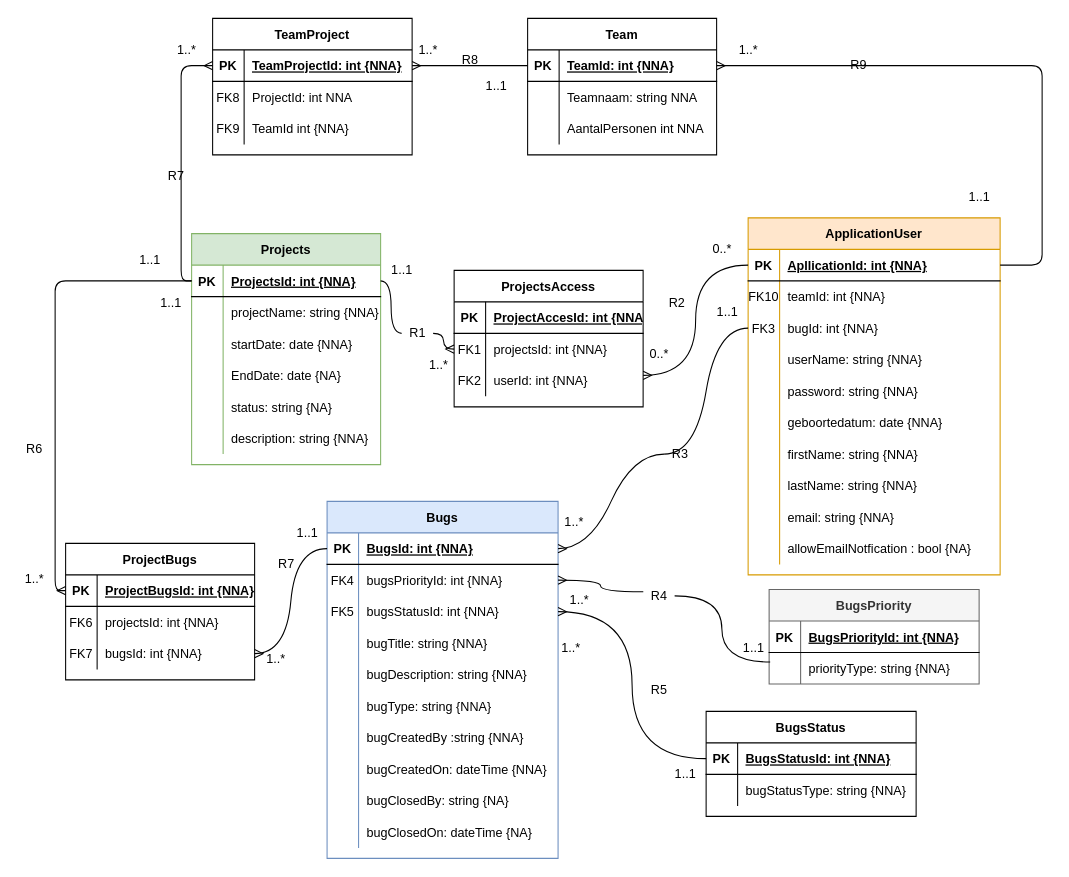
Before: ErdBugProject.drawio in JorisDeRidder42/Project_BugTracker, a draw.io diagram. Source tidied: cells renumbered, new cells numbered last; positions are measured from the earlier drawing's top-left corner, leaving out a move shared by most shapes. Both pictures are drawn from the tidied source at 105%, with x=0, y=0 at pixel (18, 18).
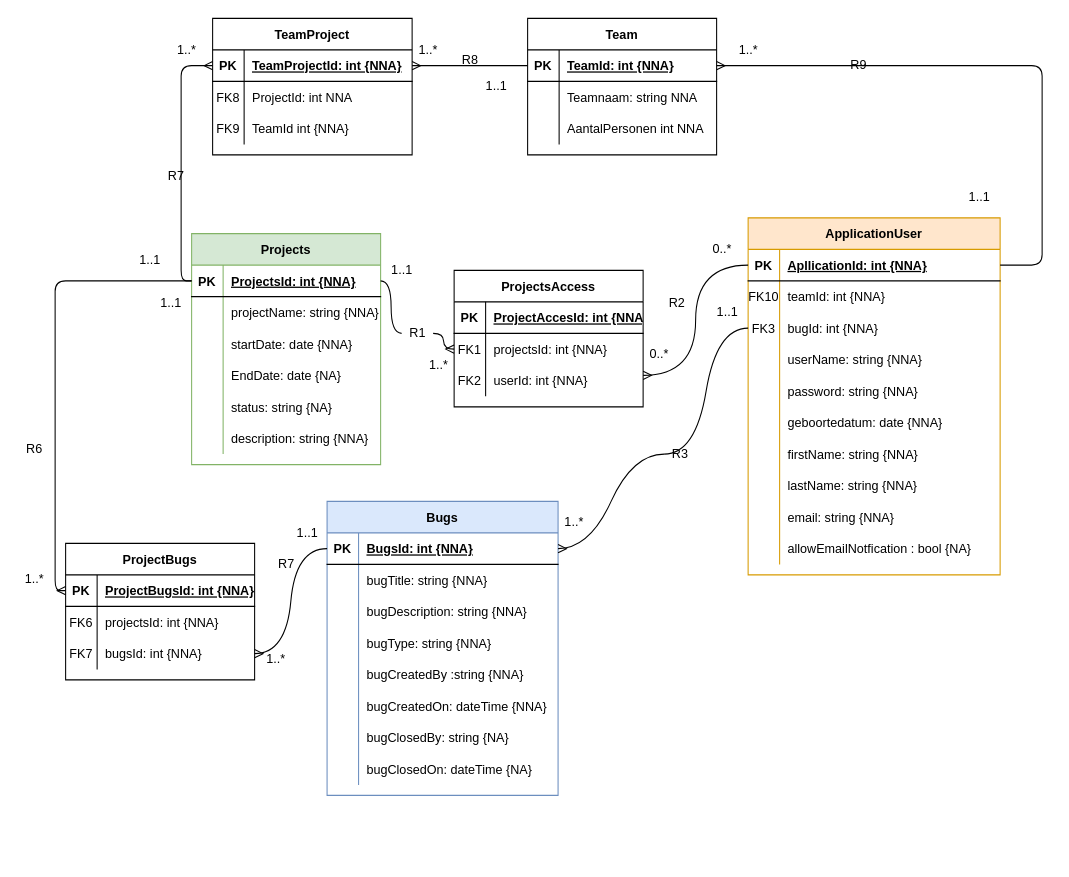
Above is the later version.

What changed in the source:
```diff
@@
     <mxCell id="2" value="Bugs" style="shape=table;startSize=30;childLayout=tableLayout;rowLines=0;fontStyle=1;align=center;fillColor=#dae8fc;strokeColor=#6c8ebf;" parent="1" vertex="1">
-      <mxGeometry x="294" y="460" width="220" height="340" as="geometry" />
+      <mxGeometry x="294" y="460" width="220" height="280" as="geometry" />
     </mxCell>
@@
-    <mxCell id="6" style="shape=partialRectangle;fillColor=none;top=0;left=0;bottom=0;right=0;points=[[0,0.5],[1,0.5]];portConstraint=eastwest;" parent="2" vertex="1">
-      <mxGeometry y="60" width="220" height="30" as="geometry" />
-    </mxCell>
-    <mxCell id="7" value="FK4" style="shape=partialRectangle;fillColor=none;top=0;left=0;bottom=0;right=0;fontStyle=0;overflow=hidden;" parent="6" vertex="1">
-      <mxGeometry width="30" height="30" as="geometry" />
-    </mxCell>
-    <mxCell id="8" value="bugsPriorityId: int {NNA}" style="shape=partialRectangle;fillColor=none;top=0;left=0;bottom=0;right=0;align=left;spacingLeft=6;fontStyle=0;overflow=hidden;" parent="6" vertex="1">
-      <mxGeometry x="30" width="190" height="30" as="geometry" />
-    </mxCell>
-    <mxCell id="9" style="shape=partialRectangle;fillColor=none;top=0;left=0;bottom=0;right=0;points=[[0,0.5],[1,0.5]];portConstraint=eastwest;" parent="2" vertex="1">
-      <mxGeometry y="90" width="220" height="30" as="geometry" />
-    </mxCell>
-    <mxCell id="10" value="FK5" style="shape=partialRectangle;fillColor=none;top=0;left=0;bottom=0;right=0;fontStyle=0;overflow=hidden;" parent="9" vertex="1">
-      <mxGeometry width="30" height="30" as="geometry" />
-    </mxCell>
-    <mxCell id="11" value="bugsStatusId: int {NNA}" style="shape=partialRectangle;fillColor=none;top=0;left=0;bottom=0;right=0;align=left;spacingLeft=6;fontStyle=0;overflow=hidden;" parent="9" vertex="1">
-      <mxGeometry x="30" width="190" height="30" as="geometry" />
-    </mxCell>
     <mxCell id="12" style="shape=partialRectangle;fillColor=none;top=0;left=0;bottom=0;right=0;" parent="2" vertex="1">
-      <mxGeometry y="120" width="220" height="30" as="geometry" />
+      <mxGeometry y="60" width="220" height="30" as="geometry" />
     </mxCell>
@@
     <mxCell id="15" style="shape=partialRectangle;fillColor=none;top=0;left=0;bottom=0;right=0;" parent="2" vertex="1">
-      <mxGeometry y="150" width="220" height="30" as="geometry" />
+      <mxGeometry y="90" width="220" height="30" as="geometry" />
     </mxCell>
@@
     <mxCell id="18" style="shape=partialRectangle;fillColor=none;top=0;left=0;bottom=0;right=0;" parent="2" vertex="1">
-      <mxGeometry y="180" width="220" height="30" as="geometry" />
+      <mxGeometry y="120" width="220" height="30" as="geometry" />
     </mxCell>
@@
     <mxCell id="21" style="shape=partialRectangle;fillColor=none;top=0;left=0;bottom=0;right=0;" parent="2" vertex="1">
-      <mxGeometry y="210" width="220" height="30" as="geometry" />
+      <mxGeometry y="150" width="220" height="30" as="geometry" />
     </mxCell>
@@
     <mxCell id="24" style="shape=partialRectangle;fillColor=none;top=0;left=0;bottom=0;right=0;" parent="2" vertex="1">
-      <mxGeometry y="240" width="220" height="30" as="geometry" />
+      <mxGeometry y="180" width="220" height="30" as="geometry" />
     </mxCell>
@@
     <mxCell id="27" style="shape=partialRectangle;fillColor=none;top=0;left=0;bottom=0;right=0;" parent="2" vertex="1">
-      <mxGeometry y="270" width="220" height="30" as="geometry" />
+      <mxGeometry y="210" width="220" height="30" as="geometry" />
     </mxCell>
@@
     <mxCell id="30" style="shape=partialRectangle;fillColor=none;top=0;left=0;bottom=0;right=0;" parent="2" vertex="1">
-      <mxGeometry y="300" width="220" height="30" as="geometry" />
+      <mxGeometry y="240" width="220" height="30" as="geometry" />
     </mxCell>
@@
-    <mxCell id="33" value="BugsPriority" style="shape=table;startSize=30;childLayout=tableLayout;rowLines=0;fontStyle=1;align=center;fillColor=#f5f5f5;fontColor=#333333;strokeColor=#666666;" parent="1" vertex="1">
-      <mxGeometry x="715" y="544" width="200" height="90" as="geometry" />
-    </mxCell>
-    <mxCell id="34" style="shape=partialRectangle;fillColor=none;top=0;left=0;bottom=1;right=0;" parent="33" vertex="1">
-      <mxGeometry y="30" width="200" height="30" as="geometry" />
-    </mxCell>
-    <mxCell id="35" value="PK" style="shape=partialRectangle;fillColor=none;top=0;left=0;bottom=0;right=0;fontStyle=1;overflow=hidden;" parent="34" vertex="1">
-      <mxGeometry width="30" height="30" as="geometry" />
-    </mxCell>
-    <mxCell id="36" value="BugsPriorityId: int {NNA}" style="shape=partialRectangle;fillColor=none;top=0;left=0;bottom=0;right=0;align=left;spacingLeft=6;fontStyle=5;overflow=hidden;" parent="34" vertex="1">
-      <mxGeometry x="30" width="170" height="30" as="geometry" />
-    </mxCell>
-    <mxCell id="37" style="shape=partialRectangle;fillColor=none;top=0;left=0;bottom=0;right=0;points=[[0,0.5],[1,0.5]];portConstraint=eastwest;" parent="33" vertex="1">
-      <mxGeometry y="60" width="200" height="30" as="geometry" />
-    </mxCell>
-    <mxCell id="38" style="shape=partialRectangle;fillColor=none;top=0;left=0;bottom=0;right=0;overflow=hidden;" parent="37" vertex="1">
-      <mxGeometry width="30" height="30" as="geometry" />
-    </mxCell>
-    <mxCell id="39" value="priorityType: string {NNA}" style="shape=partialRectangle;fillColor=none;top=0;left=0;bottom=0;right=0;align=left;spacingLeft=6;overflow=hidden;" parent="37" vertex="1">
-      <mxGeometry x="30" width="170" height="30" as="geometry" />
-    </mxCell>
@@
-    <mxCell id="90" value="BugsStatus" style="shape=table;startSize=30;childLayout=tableLayout;rowLines=0;fontStyle=1;align=center;" parent="1" vertex="1">
-      <mxGeometry x="655" y="660" width="200" height="100" as="geometry" />
-    </mxCell>
-    <mxCell id="91" style="shape=partialRectangle;fillColor=none;top=0;left=0;bottom=1;right=0;points=[[0,0.5],[1,0.5]];portConstraint=eastwest;" parent="90" vertex="1">
-      <mxGeometry y="30" width="200" height="30" as="geometry" />
-    </mxCell>
-    <mxCell id="92" value="PK" style="shape=partialRectangle;fillColor=none;top=0;left=0;bottom=0;right=0;fontStyle=1;overflow=hidden;" parent="91" vertex="1">
-      <mxGeometry width="30" height="30" as="geometry" />
-    </mxCell>
-    <mxCell id="93" value="BugsStatusId: int {NNA}" style="shape=partialRectangle;fillColor=none;top=0;left=0;bottom=0;right=0;align=left;spacingLeft=6;fontStyle=5;overflow=hidden;" parent="91" vertex="1">
-      <mxGeometry x="30" width="170" height="30" as="geometry" />
-    </mxCell>
-    <mxCell id="94" style="shape=partialRectangle;fillColor=none;top=0;left=0;bottom=0;right=0;" parent="90" vertex="1">
-      <mxGeometry y="60" width="200" height="30" as="geometry" />
-    </mxCell>
-    <mxCell id="95" style="shape=partialRectangle;fillColor=none;top=0;left=0;bottom=0;right=0;overflow=hidden;" parent="94" vertex="1">
-      <mxGeometry width="30" height="30" as="geometry" />
-    </mxCell>
-    <mxCell id="96" value="bugStatusType: string {NNA}" style="shape=partialRectangle;fillColor=none;top=0;left=0;bottom=0;right=0;align=left;spacingLeft=6;overflow=hidden;" parent="94" vertex="1">
-      <mxGeometry x="30" width="170" height="30" as="geometry" />
-    </mxCell>
@@
-    <mxCell id="109" style="fontSize=12;html=1;endArrow=ERmany;rounded=0;entryX=1;entryY=0.5;entryDx=0;entryDy=0;exitX=0.005;exitY=0.3;exitDx=0;exitDy=0;exitPerimeter=0;edgeStyle=orthogonalEdgeStyle;curved=1;startArrow=none;" parent="1" edge="1" source="125" target="6">
-      <mxGeometry relative="1" as="geometry" />
-    </mxCell>
@@
-    <mxCell id="119" value="1..*" style="text;html=1;align=center;verticalAlign=middle;strokeColor=none;fillColor=none;" parent="1" vertex="1">
-      <mxGeometry x="519" y="544" width="30" height="20" as="geometry" />
-    </mxCell>
-    <mxCell id="120" value="1..*" style="text;html=1;align=center;verticalAlign=middle;strokeColor=none;fillColor=none;" parent="1" vertex="1">
-      <mxGeometry x="511" y="590" width="30" height="20" as="geometry" />
-    </mxCell>
-    <mxCell id="121" value="1..1" style="text;html=1;align=center;verticalAlign=middle;strokeColor=none;fillColor=none;" parent="1" vertex="1">
-      <mxGeometry x="680" y="590" width="40" height="20" as="geometry" />
-    </mxCell>
-    <mxCell id="122" value="1..1" style="text;html=1;align=center;verticalAlign=middle;strokeColor=none;fillColor=none;" parent="1" vertex="1">
-      <mxGeometry x="615" y="710" width="40" height="20" as="geometry" />
-    </mxCell>
@@
-    <mxCell id="124" value="R5" style="text;html=1;align=center;verticalAlign=middle;strokeColor=none;fillColor=none;" parent="1" vertex="1">
-      <mxGeometry x="595" y="630" width="30" height="20" as="geometry" />
-    </mxCell>
-    <mxCell id="125" value="R4" style="text;html=1;align=center;verticalAlign=middle;points=[];strokeColor=none;fillColor=none;" parent="1" vertex="1">
-      <mxGeometry x="595" y="540" width="30" height="20" as="geometry" />
-    </mxCell>
-    <mxCell id="126" style="fontSize=12;html=1;endArrow=none;rounded=0;entryX=1;entryY=0.5;entryDx=0;entryDy=0;exitX=0.005;exitY=0.3;exitDx=0;exitDy=0;exitPerimeter=0;edgeStyle=orthogonalEdgeStyle;curved=1;" parent="1" edge="1" source="37" target="125">
-      <mxGeometry relative="1" as="geometry" />
-    </mxCell>
@@
-    <mxCell id="129" style="edgeStyle=orthogonalEdgeStyle;fontSize=12;html=1;endArrow=ERmany;rounded=0;entryX=1;entryY=0.5;entryDx=0;entryDy=0;exitX=0;exitY=0.5;exitDx=0;exitDy=0;curved=1;" parent="1" edge="1" source="91" target="9">
-      <mxGeometry relative="1" as="geometry" />
-    </mxCell>
```
